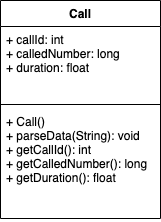
bhupendraparihar/java-assesment keeps this draw.io diagram as CallClass.png. Above is the earlier version. Source tidied: cells renumbered, new cells last; positions are measured from the earlier drawing's top-left corner, leaving out a move shared by most shapes.
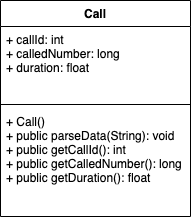
Above is the later version.

The edit, as a diff of the source:
```diff
@@ -3,16 +3,16 @@
     <mxCell id="0" />
     <mxCell id="1" parent="0" />
     <mxCell id="2" value="Call" style="swimlane;fontStyle=1;align=center;verticalAlign=top;horizontal=1;startSize=26;" parent="1" vertex="1">
-      <mxGeometry width="160" height="218" as="geometry" />
+      <mxGeometry width="190" height="216" as="geometry" />
     </mxCell>
     <mxCell id="3" value="+ callId: int&#10;+ calledNumber: long&#10;+ duration: float" style="text;strokeColor=none;fillColor=none;align=left;verticalAlign=top;spacingLeft=4;spacingRight=4;overflow=hidden;" parent="2" vertex="1">
-      <mxGeometry y="26" width="160" height="74" as="geometry" />
+      <mxGeometry y="26" width="190" height="74" as="geometry" />
     </mxCell>
     <mxCell id="4" style="line;strokeWidth=1;fillColor=none;align=left;verticalAlign=middle;spacingTop=-1;spacingLeft=3;spacingRight=3;labelPosition=right;" parent="2" vertex="1">
-      <mxGeometry y="100" width="160" height="8" as="geometry" />
+      <mxGeometry y="100" width="190" height="8" as="geometry" />
     </mxCell>
-    <mxCell id="5" value="+ Call()&#10;+ parseData(String): void&#10;+ getCallId(): int&#10;+ getCalledNumber(): long&#10;+ getDuration(): float" style="text;strokeColor=none;fillColor=none;align=left;verticalAlign=top;spacingLeft=4;spacingRight=4;overflow=hidden;" parent="2" vertex="1">
-      <mxGeometry y="108" width="160" height="110" as="geometry" />
+    <mxCell id="5" value="+ Call()&#10;+ public parseData(String): void&#10;+ public getCallId(): int&#10;+ public getCalledNumber(): long&#10;+ public getDuration(): float" style="text;strokeColor=none;fillColor=none;align=left;verticalAlign=top;spacingLeft=4;spacingRight=4;overflow=hidden;" parent="2" vertex="1">
+      <mxGeometry y="108" width="190" height="108" as="geometry" />
     </mxCell>
   </root>
 </mxGraphModel>
```
